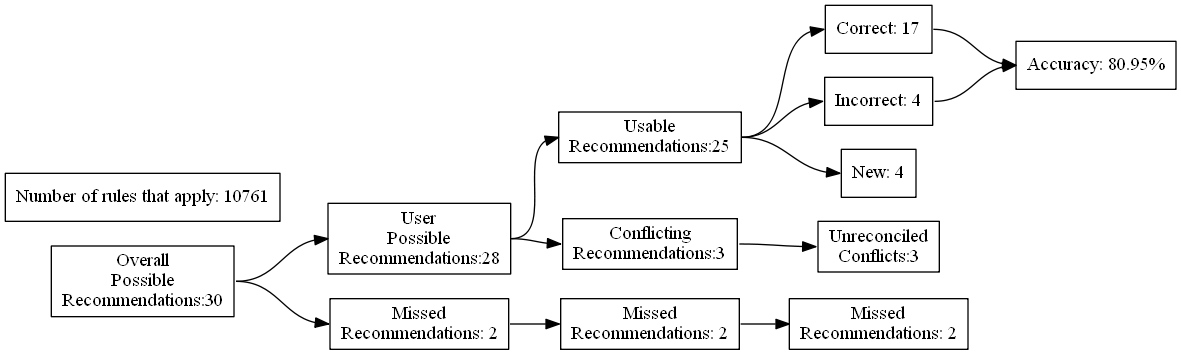
This is test_renders/1.gv.png from ZaxR/ibd_diet_analysis, a Graphviz export, as it was before one commit. Its source is kept beside it as test_renders/1.gv.
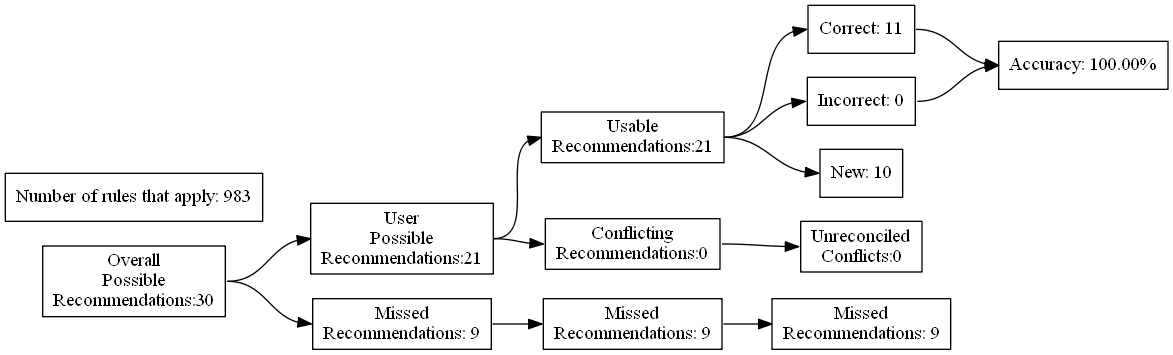
Later version of the same file.

Diff of the diagram source:
```diff
@@ -7,24 +7,24 @@
 Recommendations:30"]
 		B [label="User
 Possible
-Recommendations:28"]
+Recommendations:21"]
 		C [label="Missed
-Recommendations: 2"]
+Recommendations: 9"]
 		D [label="Usable
-Recommendations:25"]
+Recommendations:21"]
 		E [label="Conflicting
-Recommendations:3"]
+Recommendations:0"]
 		J [label="Missed
-Recommendations: 2"]
+Recommendations: 9"]
 		M [label="Unreconciled
-Conflicts:3"]
-		F [label="Correct: 17"]
-		G [label="Incorrect: 4"]
-		H [label="New: 4"]
+Conflicts:0"]
+		F [label="Correct: 11"]
+		G [label="Incorrect: 0"]
+		H [label="New: 10"]
 		K [label="Missed
-Recommendations: 2"]
-		I [label="Accuracy: 80.95%"]
-		l [label="Number of rules that apply: 10761"]
+Recommendations: 9"]
+		I [label="Accuracy: 100.00%"]
+		l [label="Number of rules that apply: 983"]
 			A -> B
 			A -> C
 			B -> D
```
